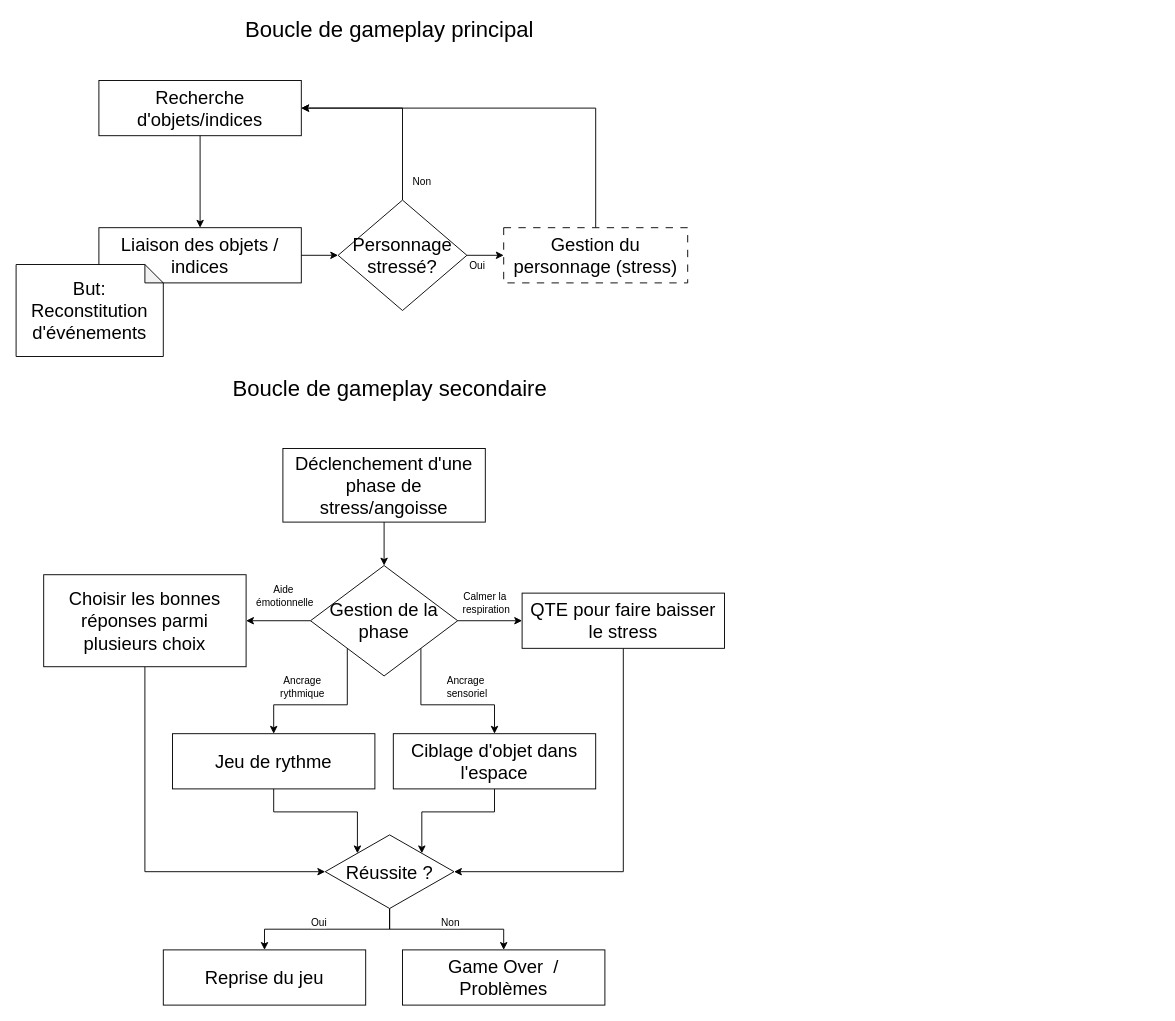
Above: Boucle de gameplay.drawio in KatSukiFireStar/GDC-GDD (draw.io), before the change. Source tidied: cells renumbered, new cells numbered last; positions are measured from the earlier drawing's top-left corner, leaving out a move shared by most shapes. Both pictures are drawn from the tidied source at 92%, with x=0, y=0 at pixel (16, 16).
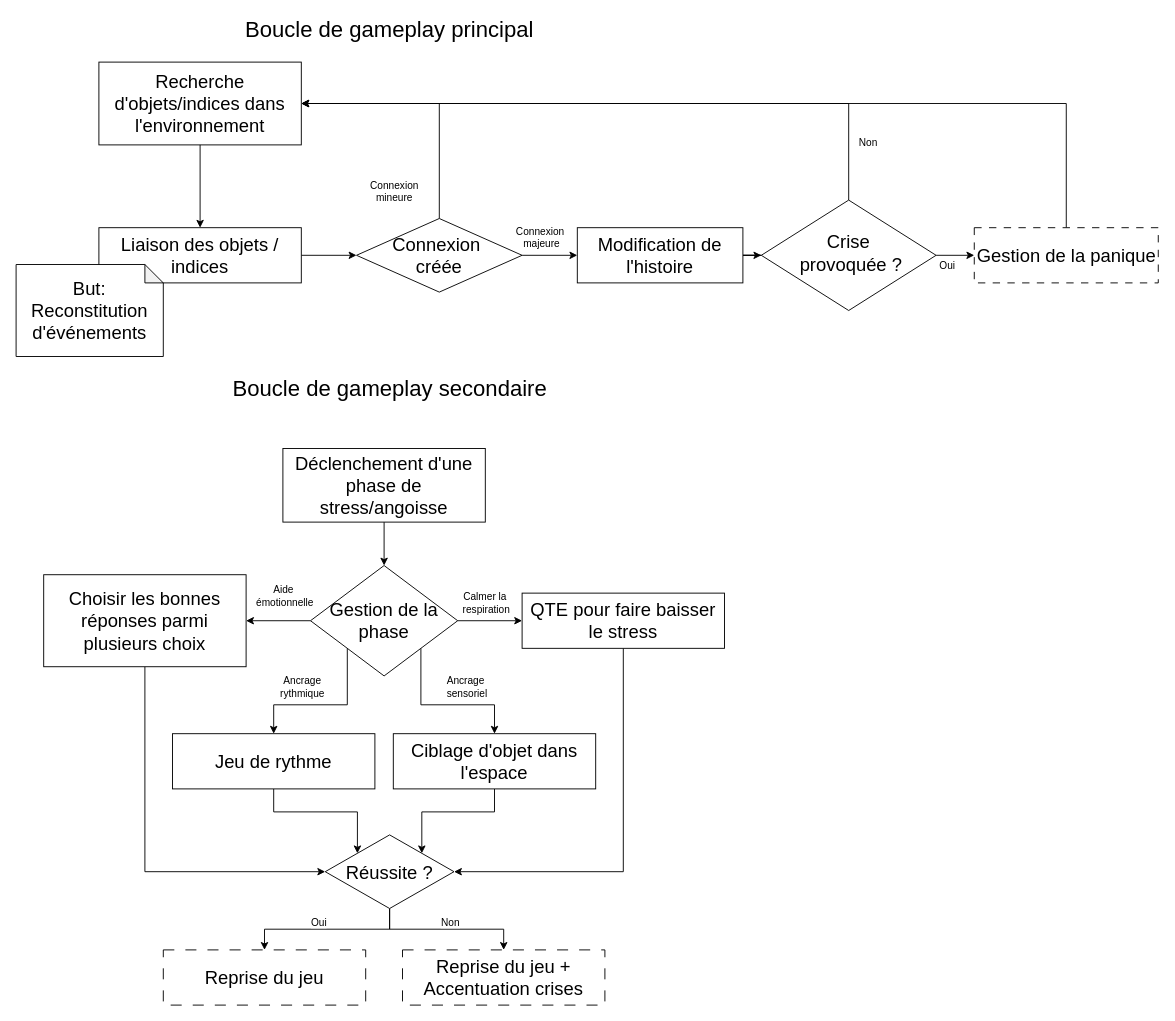
The same page after the edit.

The change refers to these unchanged cells:
```xml
<mxCell id="3" value="&lt;font style=&quot;font-size: 20px;&quot;&gt;Liaison des objets / indices&lt;br&gt;&lt;/font&gt;" style="rounded=0;whiteSpace=wrap;html=1;" parent="1" vertex="1">
  <mxGeometry x="90" y="230" width="220" height="60" as="geometry" />
</mxCell>
```

The edit, as a diff of the source:
```diff
@@
-    <mxCell id="2" value="&lt;font style=&quot;font-size: 20px;&quot;&gt;Recherche d'objets/indices&lt;/font&gt;" style="rounded=0;whiteSpace=wrap;html=1;" parent="1" vertex="1">
-      <mxGeometry x="90" y="70" width="220" height="60" as="geometry" />
+    <mxCell id="2" value="&lt;font style=&quot;font-size: 20px;&quot;&gt;Recherche d'objets/indices dans l'environnement&lt;/font&gt;" style="rounded=0;whiteSpace=wrap;html=1;" parent="1" vertex="1">
+      <mxGeometry x="90" y="50" width="220" height="90" as="geometry" />
     </mxCell>
+    <mxCell id="42" style="edgeStyle=orthogonalEdgeStyle;rounded=0;jettySize=auto;html=1;" parent="1" edge="1" source="3" target="47">
+      <mxGeometry relative="1" as="geometry" />
+    </mxCell>
@@
-    <mxCell id="8" value="&lt;font style=&quot;font-size: 20px;&quot;&gt;Gestion du personnage (stress)&lt;/font&gt;" style="rounded=0;whiteSpace=wrap;html=1;dashed=1;dashPattern=8 8;" parent="1" vertex="1">
-      <mxGeometry x="530" y="230" width="200" height="60" as="geometry" />
+    <mxCell id="8" value="&lt;font style=&quot;font-size: 20px;&quot;&gt;Gestion de la panique&lt;/font&gt;" style="rounded=0;whiteSpace=wrap;html=1;dashed=1;dashPattern=8 8;" parent="1" vertex="1">
+      <mxGeometry x="1041.5" y="230" width="200" height="60" as="geometry" />
     </mxCell>
-    <mxCell id="9" style="endArrow=classic;html=1;rounded=0;exitX=1;exitY=0.5;exitDx=0;exitDy=0;entryX=0;entryY=0.5;entryDx=0;entryDy=0;" parent="1" edge="1" source="3" target="12">
-      <mxGeometry relative="1" as="geometry" />
-    </mxCell>
@@
-    <mxCell id="12" value="&lt;font style=&quot;font-size: 20px;&quot;&gt;Personnage stressé?&lt;/font&gt;" style="rhombus;whiteSpace=wrap;html=1;" parent="1" vertex="1">
-      <mxGeometry x="350" y="200" width="140" height="120" as="geometry" />
+    <mxCell id="12" value="&lt;p style=&quot;line-height: 80%;&quot;&gt;&lt;font style=&quot;font-size: 20px;&quot;&gt;Crise&lt;/font&gt;&lt;/p&gt;&lt;p style=&quot;line-height: 80%;&quot;&gt;&lt;span style=&quot;background-color: initial; font-size: 20px;&quot;&gt;&amp;nbsp;provoquée ?&lt;/span&gt;&lt;/p&gt;&lt;p&gt;&lt;/p&gt;" style="rhombus;whiteSpace=wrap;html=1;" parent="1" vertex="1">
+      <mxGeometry x="810" y="200" width="190" height="120" as="geometry" />
     </mxCell>
@@
-    <mxCell id="35" value="&lt;font style=&quot;font-size: 20px;&quot;&gt;Reprise du jeu&lt;br&gt;&lt;/font&gt;" style="rounded=0;whiteSpace=wrap;html=1;" parent="1" vertex="1">
+    <mxCell id="35" value="&lt;font style=&quot;font-size: 20px;&quot;&gt;Reprise du jeu&lt;br&gt;&lt;/font&gt;" style="rounded=0;whiteSpace=wrap;html=1;dashed=1;dashPattern=12 12;" parent="1" vertex="1">
       <mxGeometry x="160" y="1015" width="220" height="60" as="geometry" />
     </mxCell>
-    <mxCell id="36" value="&lt;font style=&quot;font-size: 20px;&quot;&gt;Game Over&amp;nbsp; &lt;font style=&quot;font-size: 20px;&quot;&gt;/ Problèmes&lt;br&gt;&lt;/font&gt;&lt;/font&gt;" style="rounded=0;whiteSpace=wrap;html=1;" parent="1" vertex="1">
+    <mxCell id="36" value="&lt;font style=&quot;font-size: 20px;&quot;&gt;&lt;font style=&quot;font-size: 20px;&quot;&gt;Reprise du jeu +&lt;/font&gt;&lt;/font&gt;&lt;div&gt;&lt;font style=&quot;font-size: 20px;&quot;&gt;&lt;font style=&quot;font-size: 20px;&quot;&gt;Accentuation crises&lt;/font&gt;&lt;/font&gt;&lt;/div&gt;" style="rounded=0;whiteSpace=wrap;html=1;dashed=1;dashPattern=12 12;" parent="1" vertex="1">
       <mxGeometry x="420" y="1015" width="220" height="60" as="geometry" />
     </mxCell>
@@
+    <mxCell id="43" style="edgeStyle=orthogonalEdgeStyle;rounded=0;jettySize=auto;html=1;exitX=0.5;exitY=0;exitDx=0;exitDy=0;entryX=1;entryY=0.5;entryDx=0;entryDy=0;" parent="1" edge="1" source="47" target="2">
+      <mxGeometry relative="1" as="geometry" />
+    </mxCell>
+    <mxCell id="44" value="&lt;font style=&quot;font-size: 11px;&quot;&gt;Connexion&lt;/font&gt;&lt;div&gt;mineure&lt;/div&gt;" style="edgeLabel;html=1;align=center;verticalAlign=middle;" parent="43" vertex="1">
+      <mxGeometry x="-0.79" y="1" relative="1" as="geometry">
+        <mxPoint x="-49" y="-1" as="offset" />
+      </mxGeometry>
+    </mxCell>
+    <mxCell id="45" style="edgeStyle=orthogonalEdgeStyle;rounded=0;jettySize=auto;html=1;" parent="1" edge="1" source="47" target="49">
+      <mxGeometry relative="1" as="geometry" />
+    </mxCell>
+    <mxCell id="46" value="Connexion&amp;nbsp;&lt;div&gt;majeure&lt;/div&gt;" style="edgeLabel;html=1;align=center;verticalAlign=middle;" parent="45" vertex="1">
+      <mxGeometry x="-0.35" y="-1" relative="1" as="geometry">
+        <mxPoint y="-21" as="offset" />
+      </mxGeometry>
+    </mxCell>
+    <mxCell id="47" value="&lt;font style=&quot;font-size: 20px;&quot;&gt;Connexion&amp;nbsp;&lt;/font&gt;&lt;div&gt;&lt;font style=&quot;font-size: 20px;&quot;&gt;créée&lt;/font&gt;&lt;/div&gt;" style="rhombus;whiteSpace=wrap;html=1;" parent="1" vertex="1">
+      <mxGeometry x="370" y="220" width="180" height="80" as="geometry" />
+    </mxCell>
+    <mxCell id="48" style="edgeStyle=orthogonalEdgeStyle;rounded=0;jettySize=auto;html=1;" parent="1" edge="1" source="49" target="12">
+      <mxGeometry relative="1" as="geometry" />
+    </mxCell>
+    <mxCell id="49" value="&lt;font style=&quot;font-size: 20px;&quot;&gt;Modification de l'histoire&lt;/font&gt;" style="rounded=0;whiteSpace=wrap;html=1;" parent="1" vertex="1">
+      <mxGeometry x="610" y="230" width="180" height="60" as="geometry" />
+    </mxCell>
```
